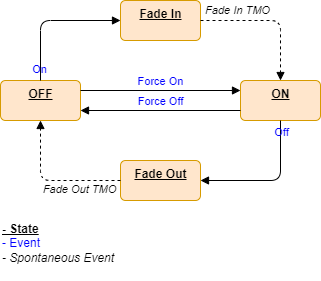
The draw.io diagram Resources/Part2/Part2_XLM_StateDiagram_LED.drawio.png in gtuja/CSC_MS, before a commit. Source tidied: cells renumbered, new cells last; positions are measured from the earlier drawing's top-left corner, leaving out a move shared by most shapes.
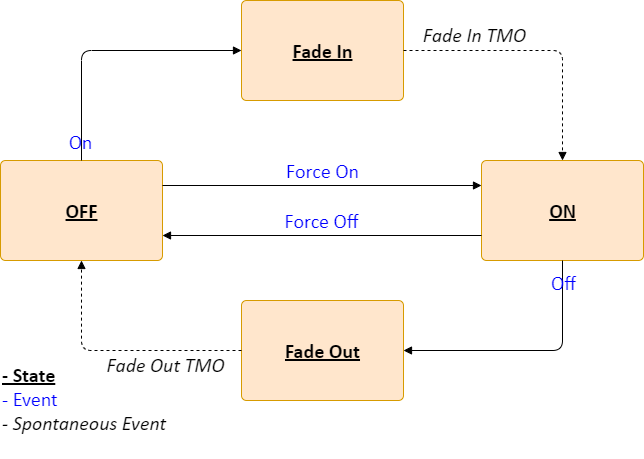
After the change.

Change to the diagram source:
```diff
@@ -2,38 +2,38 @@
   <root>
     <mxCell id="0" />
     <mxCell id="1" parent="0" />
-    <mxCell id="2" value="OFF" style="html=1;align=center;verticalAlign=top;rounded=1;absoluteArcSize=1;arcSize=10;dashed=0;fontStyle=5;fillColor=#ffe6cc;strokeColor=#d79b00;" parent="1" vertex="1">
-      <mxGeometry y="80" width="80" height="40" as="geometry" />
+    <mxCell id="2" value="OFF" style="html=1;align=center;verticalAlign=middle;rounded=1;absoluteArcSize=1;arcSize=10;dashed=0;fontStyle=5;fillColor=#ffe6cc;strokeColor=#d79b00;fontFamily=Calibri;fontSize=20;" parent="1" vertex="1">
+      <mxGeometry x="-1" y="160" width="162" height="100" as="geometry" />
     </mxCell>
-    <mxCell id="3" value="ON" style="html=1;align=center;verticalAlign=top;rounded=1;absoluteArcSize=1;arcSize=10;dashed=0;fontStyle=5;fillColor=#ffe6cc;strokeColor=#d79b00;" parent="1" vertex="1">
-      <mxGeometry x="240" y="80" width="80" height="40" as="geometry" />
+    <mxCell id="3" value="ON" style="html=1;align=center;verticalAlign=middle;rounded=1;absoluteArcSize=1;arcSize=10;dashed=0;fontStyle=5;fillColor=#ffe6cc;strokeColor=#d79b00;fontFamily=Calibri;fontSize=20;" parent="1" vertex="1">
+      <mxGeometry x="480" y="160" width="162" height="100" as="geometry" />
     </mxCell>
-    <mxCell id="4" value="Fade In" style="html=1;align=center;verticalAlign=top;rounded=1;absoluteArcSize=1;arcSize=10;dashed=0;fontStyle=5;fillColor=#ffe6cc;strokeColor=#d79b00;" parent="1" vertex="1">
-      <mxGeometry x="120" width="80" height="40" as="geometry" />
+    <mxCell id="4" value="Fade In" style="html=1;align=center;verticalAlign=middle;rounded=1;absoluteArcSize=1;arcSize=10;dashed=0;fontStyle=5;fillColor=#ffe6cc;strokeColor=#d79b00;fontFamily=Calibri;fontSize=20;" parent="1" vertex="1">
+      <mxGeometry x="240" width="162" height="100" as="geometry" />
     </mxCell>
-    <mxCell id="5" value="Fade Out" style="html=1;align=center;verticalAlign=top;rounded=1;absoluteArcSize=1;arcSize=10;dashed=0;fontStyle=5;fillColor=#ffe6cc;strokeColor=#d79b00;" parent="1" vertex="1">
-      <mxGeometry x="120" y="160" width="80" height="40" as="geometry" />
+    <mxCell id="5" value="Fade Out" style="html=1;align=center;verticalAlign=middle;rounded=1;absoluteArcSize=1;arcSize=10;dashed=0;fontStyle=5;fillColor=#ffe6cc;strokeColor=#d79b00;fontFamily=Calibri;fontSize=20;" parent="1" vertex="1">
+      <mxGeometry x="240" y="300" width="162" height="100" as="geometry" />
     </mxCell>
-    <mxCell id="6" value="On" style="html=1;verticalAlign=bottom;labelBackgroundColor=none;endArrow=block;endFill=1;exitX=0.5;exitY=0;exitDx=0;exitDy=0;entryX=0;entryY=0.5;entryDx=0;entryDy=0;edgeStyle=orthogonalEdgeStyle;fontColor=#0000FF;" parent="1" edge="1" source="2" target="4">
+    <mxCell id="6" value="On" style="html=1;verticalAlign=bottom;labelBackgroundColor=none;endArrow=block;endFill=1;exitX=0.5;exitY=0;exitDx=0;exitDy=0;entryX=0;entryY=0.5;entryDx=0;entryDy=0;edgeStyle=orthogonalEdgeStyle;fontColor=#0000FF;fontFamily=Calibri;fontSize=20;" parent="1" edge="1" source="2" target="4">
       <mxGeometry x="-0.97" y="1" relative="1" as="geometry" />
     </mxCell>
-    <mxCell id="7" value="Off" style="html=1;verticalAlign=bottom;labelBackgroundColor=none;endArrow=block;endFill=1;exitX=0.5;exitY=1;exitDx=0;exitDy=0;entryX=1;entryY=0.5;entryDx=0;entryDy=0;edgeStyle=orthogonalEdgeStyle;fontColor=#0000FF;" parent="1" edge="1" source="3" target="5">
+    <mxCell id="7" value="Off" style="html=1;verticalAlign=bottom;labelBackgroundColor=none;endArrow=block;endFill=1;exitX=0.5;exitY=1;exitDx=0;exitDy=0;entryX=1;entryY=0.5;entryDx=0;entryDy=0;edgeStyle=orthogonalEdgeStyle;fontColor=#0000FF;fontFamily=Calibri;fontSize=20;" parent="1" edge="1" source="3" target="5">
       <mxGeometry x="-0.7" y="1" relative="1" as="geometry" />
     </mxCell>
-    <mxCell id="8" value="Fade In TMO" style="html=1;verticalAlign=bottom;labelBackgroundColor=none;endArrow=block;endFill=1;dashed=1;exitX=1;exitY=0.5;exitDx=0;exitDy=0;entryX=0.5;entryY=0;entryDx=0;entryDy=0;edgeStyle=orthogonalEdgeStyle;fontStyle=2;" parent="1" edge="1" source="4" target="3">
+    <mxCell id="8" value="Fade In TMO" style="html=1;verticalAlign=bottom;labelBackgroundColor=none;endArrow=block;endFill=1;dashed=1;exitX=1;exitY=0.5;exitDx=0;exitDy=0;entryX=0.5;entryY=0;entryDx=0;entryDy=0;edgeStyle=orthogonalEdgeStyle;fontStyle=2;fontFamily=Calibri;fontSize=20;" parent="1" edge="1" source="4" target="3">
       <mxGeometry x="-0.47" y="1" relative="1" as="geometry" />
     </mxCell>
-    <mxCell id="9" value="Fade Out TMO" style="html=1;verticalAlign=bottom;labelBackgroundColor=none;endArrow=block;endFill=1;dashed=1;exitX=0;exitY=0.5;exitDx=0;exitDy=0;entryX=0.5;entryY=1;entryDx=0;entryDy=0;edgeStyle=orthogonalEdgeStyle;fontStyle=2;" parent="1" edge="1" source="5" target="2">
-      <mxGeometry x="-0.41" y="18" relative="1" as="geometry" />
+    <mxCell id="9" value="Fade Out TMO" style="html=1;verticalAlign=bottom;labelBackgroundColor=none;endArrow=block;endFill=1;dashed=1;exitX=0;exitY=0.5;exitDx=0;exitDy=0;entryX=0.5;entryY=1;entryDx=0;entryDy=0;edgeStyle=orthogonalEdgeStyle;fontStyle=2;fontFamily=Calibri;fontSize=20;" parent="1" edge="1" source="5" target="2">
+      <mxGeometry x="-0.39" y="29" relative="1" as="geometry" />
     </mxCell>
-    <mxCell id="10" value="Force On" style="html=1;verticalAlign=bottom;labelBackgroundColor=none;endArrow=block;endFill=1;exitX=1;exitY=0.25;exitDx=0;exitDy=0;entryX=0;entryY=0.25;entryDx=0;entryDy=0;fontColor=#0000FF;" parent="1" edge="1" source="2" target="3">
+    <mxCell id="10" value="Force On" style="html=1;verticalAlign=bottom;labelBackgroundColor=none;endArrow=block;endFill=1;exitX=1;exitY=0.25;exitDx=0;exitDy=0;entryX=0;entryY=0.25;entryDx=0;entryDy=0;fontColor=#0000FF;fontFamily=Calibri;fontSize=20;" parent="1" edge="1" source="2" target="3">
       <mxGeometry relative="1" as="geometry" />
     </mxCell>
-    <mxCell id="11" value="Force Off" style="html=1;verticalAlign=bottom;labelBackgroundColor=none;endArrow=block;endFill=1;exitX=0;exitY=0.75;exitDx=0;exitDy=0;entryX=1;entryY=0.75;entryDx=0;entryDy=0;fontColor=#0000FF;" parent="1" edge="1" source="3" target="2">
+    <mxCell id="11" value="Force Off" style="html=1;verticalAlign=bottom;labelBackgroundColor=none;endArrow=block;endFill=1;exitX=0;exitY=0.75;exitDx=0;exitDy=0;entryX=1;entryY=0.75;entryDx=0;entryDy=0;fontColor=#0000FF;fontFamily=Calibri;fontSize=20;" parent="1" edge="1" source="3" target="2">
       <mxGeometry relative="1" as="geometry" />
     </mxCell>
-    <mxCell id="12" value="&lt;div&gt;&lt;b style=&quot;&quot;&gt;&lt;u style=&quot;&quot;&gt;- State&lt;/u&gt;&lt;/b&gt;&lt;/div&gt;&lt;font color=&quot;#0000ff&quot;&gt;- Event&lt;/font&gt;&lt;div&gt;&lt;i&gt;- Spontaneous Event&lt;/i&gt;&lt;br&gt;&lt;div&gt;&lt;br&gt;&lt;/div&gt;&lt;/div&gt;" style="text;html=1;align=left;verticalAlign=middle;whiteSpace=wrap;rounded=0;" parent="1" vertex="1">
-      <mxGeometry y="220" width="160" height="60" as="geometry" />
+    <mxCell id="12" value="&lt;div style=&quot;font-size: 20px;&quot;&gt;&lt;b style=&quot;font-size: 20px;&quot;&gt;&lt;u style=&quot;font-size: 20px;&quot;&gt;- State&lt;/u&gt;&lt;/b&gt;&lt;/div&gt;&lt;font color=&quot;#0000ff&quot; style=&quot;font-size: 20px;&quot;&gt;- Event&lt;/font&gt;&lt;div style=&quot;font-size: 20px;&quot;&gt;&lt;i style=&quot;font-size: 20px;&quot;&gt;- Spontaneous Event&lt;/i&gt;&lt;br style=&quot;font-size: 20px;&quot;&gt;&lt;div style=&quot;font-size: 20px;&quot;&gt;&lt;br style=&quot;font-size: 20px;&quot;&gt;&lt;/div&gt;&lt;/div&gt;" style="text;html=1;align=left;verticalAlign=middle;whiteSpace=wrap;rounded=0;fontFamily=Calibri;fontSize=20;" parent="1" vertex="1">
+      <mxGeometry x="-1" y="380" width="221" height="60" as="geometry" />
     </mxCell>
   </root>
 </mxGraphModel>
```
